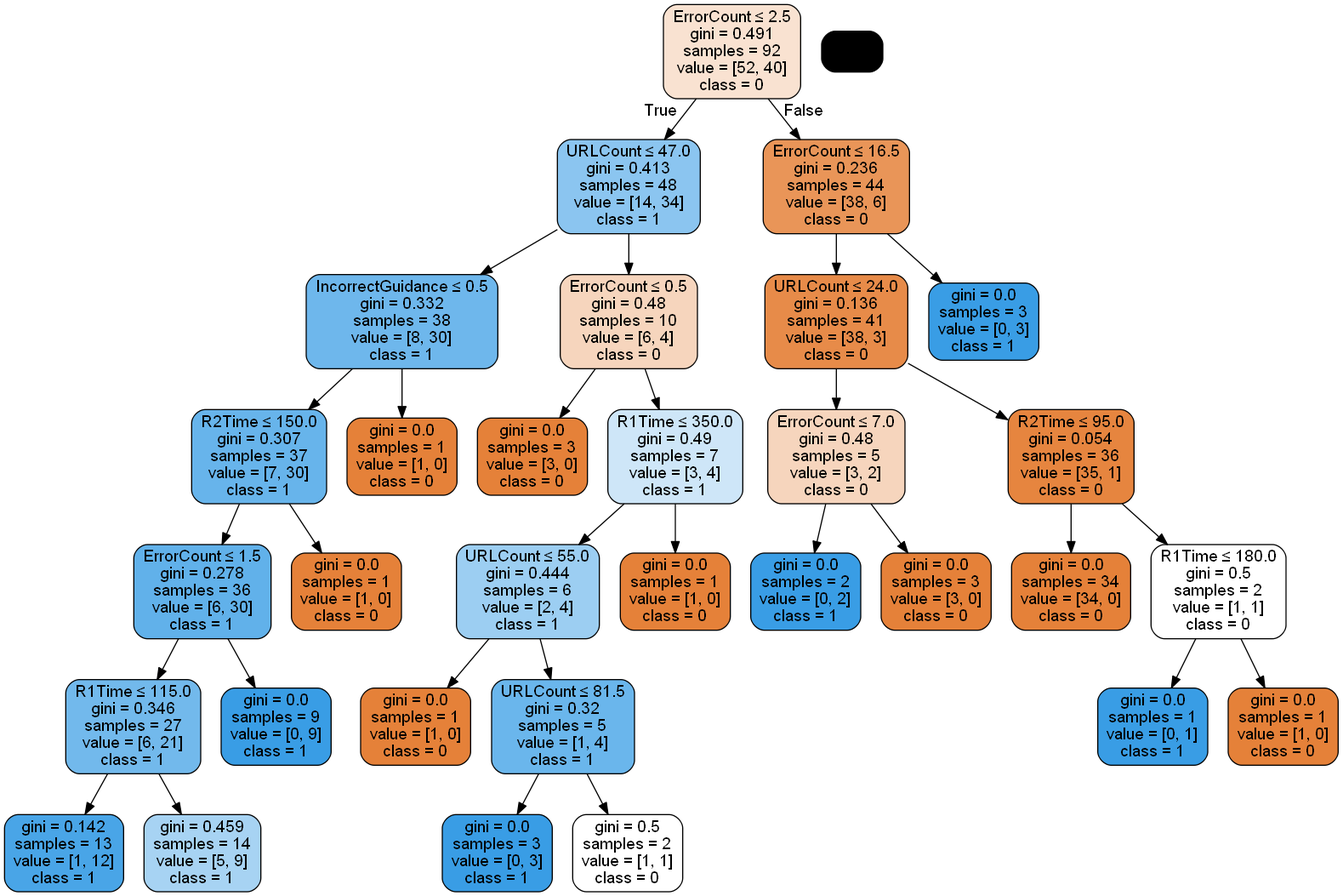
Yumil22/Curso_Python keeps this Graphviz diagram as tree_3.png. Above is the earlier version. Its source is kept beside it as tree_3.dot.
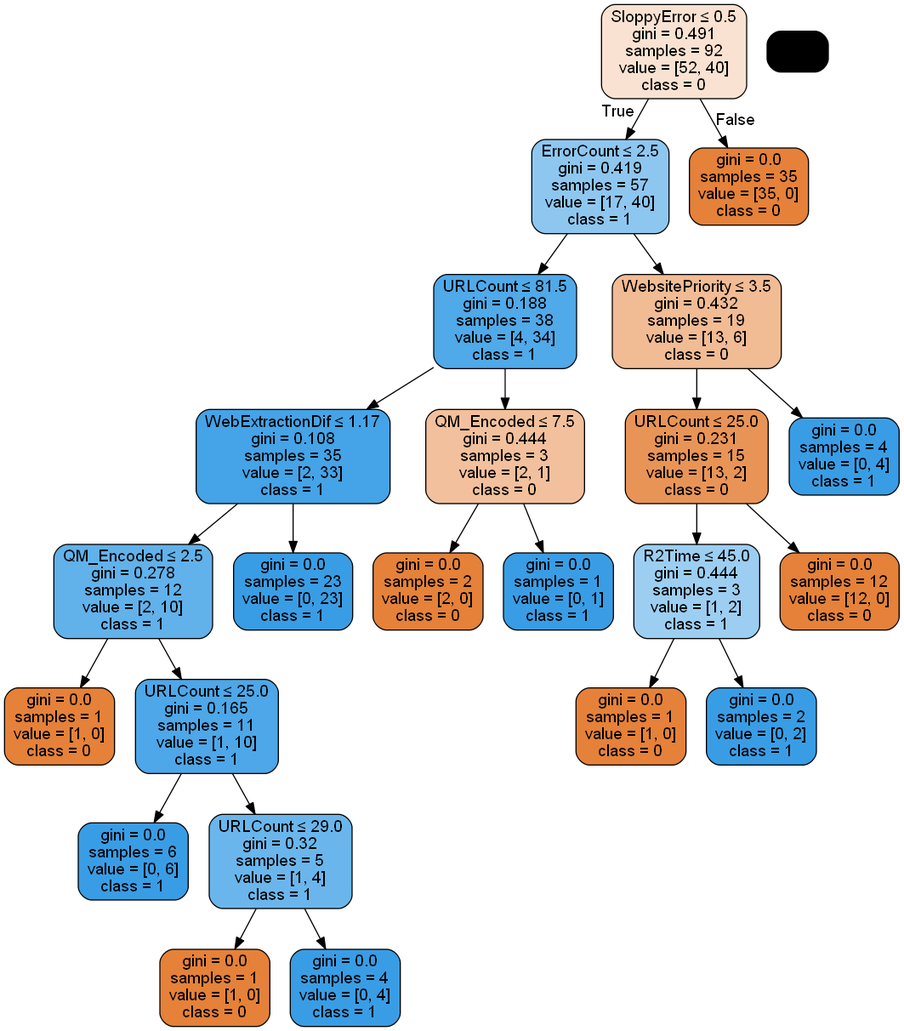
After the change.

Change to the diagram source:
```diff
@@ -1,64 +1,48 @@
 digraph Tree {
 node [shape=box] ;
-0 [label="ErrorCount <= 2.5\ngini = 0.491\nsamples = 92\nvalue = [52, 40]"] ;
-1 [label="URLCount <= 47.0\ngini = 0.413\nsamples = 48\nvalue = [14, 34]"] ;
+0 [label="SloppyError <= 0.5\ngini = 0.491\nsamples = 92\nvalue = [52, 40]"] ;
+1 [label="ErrorCount <= 2.5\ngini = 0.419\nsamples = 57\nvalue = [17, 40]"] ;
 0 -> 1 [labeldistance=2.5, labelangle=45, headlabel="True"] ;
-2 [label="IncorrectGuidance <= 0.5\ngini = 0.332\nsamples = 38\nvalue = [8, 30]"] ;
+2 [label="URLCount <= 81.5\ngini = 0.188\nsamples = 38\nvalue = [4, 34]"] ;
 1 -> 2 ;
-3 [label="R2Time <= 150.0\ngini = 0.307\nsamples = 37\nvalue = [7, 30]"] ;
+3 [label="WebExtractionDif <= 1.17\ngini = 0.108\nsamples = 35\nvalue = [2, 33]"] ;
 2 -> 3 ;
-4 [label="ErrorCount <= 1.5\ngini = 0.278\nsamples = 36\nvalue = [6, 30]"] ;
+4 [label="QM_Encoded <= 2.5\ngini = 0.278\nsamples = 12\nvalue = [2, 10]"] ;
 3 -> 4 ;
-5 [label="R1Time <= 115.0\ngini = 0.346\nsamples = 27\nvalue = [6, 21]"] ;
+5 [label="gini = 0.0\nsamples = 1\nvalue = [1, 0]"] ;
 4 -> 5 ;
-6 [label="gini = 0.142\nsamples = 13\nvalue = [1, 12]"] ;
-5 -> 6 ;
-7 [label="gini = 0.459\nsamples = 14\nvalue = [5, 9]"] ;
-5 -> 7 ;
-8 [label="gini = 0.0\nsamples = 9\nvalue = [0, 9]"] ;
-4 -> 8 ;
+6 [label="URLCount <= 25.0\ngini = 0.165\nsamples = 11\nvalue = [1, 10]"] ;
+4 -> 6 ;
+7 [label="gini = 0.0\nsamples = 6\nvalue = [0, 6]"] ;
+6 -> 7 ;
+8 [label="URLCount <= 29.0\ngini = 0.32\nsamples = 5\nvalue = [1, 4]"] ;
+6 -> 8 ;
 9 [label="gini = 0.0\nsamples = 1\nvalue = [1, 0]"] ;
-3 -> 9 ;
-10 [label="gini = 0.0\nsamples = 1\nvalue = [1, 0]"] ;
-2 -> 10 ;
-11 [label="ErrorCount <= 0.5\ngini = 0.48\nsamples = 10\nvalue = [6, 4]"] ;
-1 -> 11 ;
-12 [label="gini = 0.0\nsamples = 3\nvalue = [3, 0]"] ;
-11 -> 12 ;
-13 [label="R1Time <= 350.0\ngini = 0.49\nsamples = 7\nvalue = [3, 4]"] ;
-11 -> 13 ;
-14 [label="URLCount <= 55.0\ngini = 0.444\nsamples = 6\nvalue = [2, 4]"] ;
-13 -> 14 ;
-15 [label="gini = 0.0\nsamples = 1\nvalue = [1, 0]"] ;
-14 -> 15 ;
-16 [label="URLCount <= 81.5\ngini = 0.32\nsamples = 5\nvalue = [1, 4]"] ;
-14 -> 16 ;
-17 [label="gini = 0.0\nsamples = 3\nvalue = [0, 3]"] ;
+8 -> 9 ;
+10 [label="gini = 0.0\nsamples = 4\nvalue = [0, 4]"] ;
+8 -> 10 ;
+11 [label="gini = 0.0\nsamples = 23\nvalue = [0, 23]"] ;
+3 -> 11 ;
+12 [label="QM_Encoded <= 7.5\ngini = 0.444\nsamples = 3\nvalue = [2, 1]"] ;
+2 -> 12 ;
+13 [label="gini = 0.0\nsamples = 2\nvalue = [2, 0]"] ;
+12 -> 13 ;
+14 [label="gini = 0.0\nsamples = 1\nvalue = [0, 1]"] ;
+12 -> 14 ;
+15 [label="WebsitePriority <= 3.5\ngini = 0.432\nsamples = 19\nvalue = [13, 6]"] ;
+1 -> 15 ;
+16 [label="URLCount <= 25.0\ngini = 0.231\nsamples = 15\nvalue = [13, 2]"] ;
+15 -> 16 ;
+17 [label="R2Time <= 45.0\ngini = 0.444\nsamples = 3\nvalue = [1, 2]"] ;
 16 -> 17 ;
-18 [label="gini = 0.5\nsamples = 2\nvalue = [1, 1]"] ;
-16 -> 18 ;
-19 [label="gini = 0.0\nsamples = 1\nvalue = [1, 0]"] ;
-13 -> 19 ;
-20 [label="ErrorCount <= 16.5\ngini = 0.236\nsamples = 44\nvalue = [38, 6]"] ;
-0 -> 20 [labeldistance=2.5, labelangle=-45, headlabel="False"] ;
-21 [label="URLCount <= 24.0\ngini = 0.136\nsamples = 41\nvalue = [38, 3]"] ;
-20 -> 21 ;
-22 [label="ErrorCount <= 7.0\ngini = 0.48\nsamples = 5\nvalue = [3, 2]"] ;
-21 -> 22 ;
-23 [label="gini = 0.0\nsamples = 2\nvalue = [0, 2]"] ;
-22 -> 23 ;
-24 [label="gini = 0.0\nsamples = 3\nvalue = [3, 0]"] ;
-22 -> 24 ;
-25 [label="R2Time <= 95.0\ngini = 0.054\nsamples = 36\nvalue = [35, 1]"] ;
-21 -> 25 ;
-26 [label="gini = 0.0\nsamples = 34\nvalue = [34, 0]"] ;
-25 -> 26 ;
-27 [label="R1Time <= 180.0\ngini = 0.5\nsamples = 2\nvalue = [1, 1]"] ;
-25 -> 27 ;
-28 [label="gini = 0.0\nsamples = 1\nvalue = [0, 1]"] ;
-27 -> 28 ;
-29 [label="gini = 0.0\nsamples = 1\nvalue = [1, 0]"] ;
-27 -> 29 ;
-30 [label="gini = 0.0\nsamples = 3\nvalue = [0, 3]"] ;
-20 -> 30 ;
+18 [label="gini = 0.0\nsamples = 1\nvalue = [1, 0]"] ;
+17 -> 18 ;
+19 [label="gini = 0.0\nsamples = 2\nvalue = [0, 2]"] ;
+17 -> 19 ;
+20 [label="gini = 0.0\nsamples = 12\nvalue = [12, 0]"] ;
+16 -> 20 ;
+21 [label="gini = 0.0\nsamples = 4\nvalue = [0, 4]"] ;
+15 -> 21 ;
+22 [label="gini = 0.0\nsamples = 35\nvalue = [35, 0]"] ;
+0 -> 22 [labeldistance=2.5, labelangle=-45, headlabel="False"] ;
 }
```
